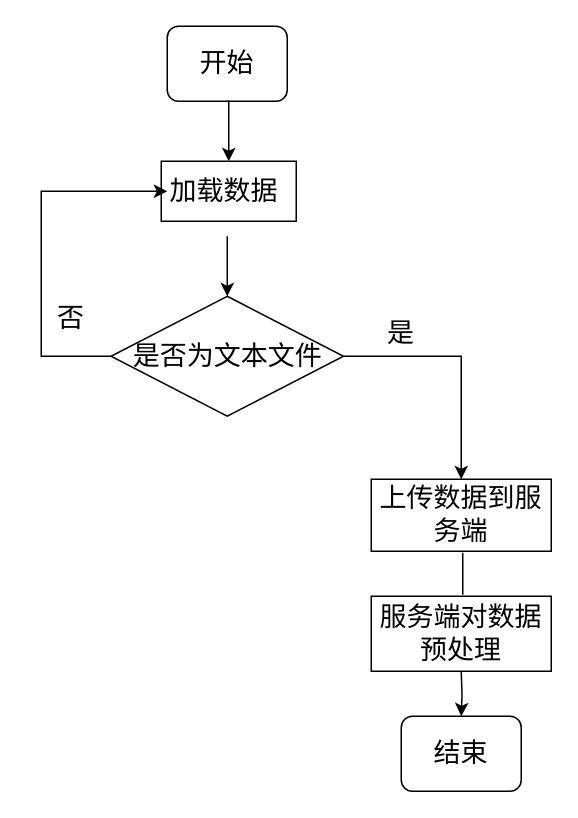
This is 数据上传与预处理模块.drawio from gitofding/first_repository, a draw.io file, before an edit. Source tidied: cells renumbered, new cells numbered last; positions are measured from the earlier drawing's top-left corner, leaving out a move shared by most shapes. Both pictures are drawn from the tidied source at 150%, with x=0, y=0 at pixel (26, 26).
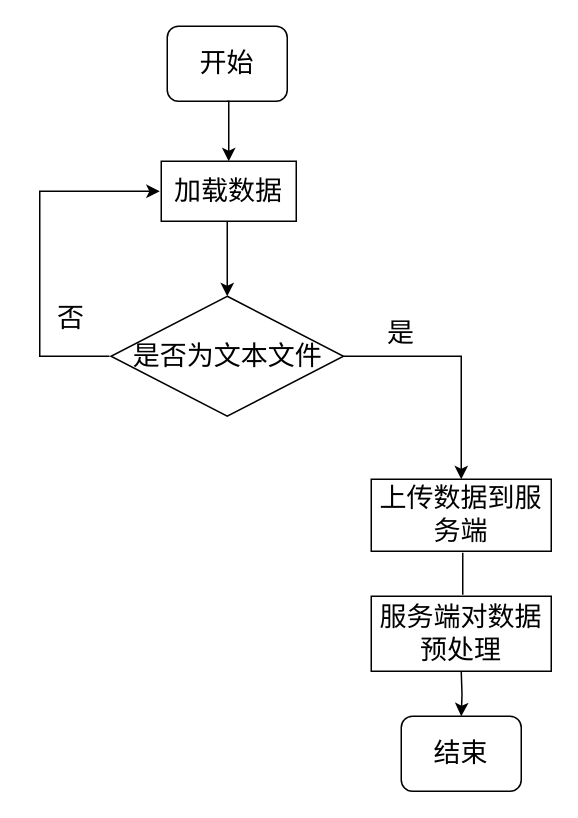
After the change.

Commit message (it also covers changes not shown here):
Update 数据上传与预处理模块.drawio

Unchanged cells that the change refers to:
```xml
<mxCell id="5" value="&lt;span&gt;是否为文本文件&lt;/span&gt;" style="rhombus;whiteSpace=wrap;html=1;fontSize=18;" parent="1" vertex="1">
  <mxGeometry x="56.5" y="180" width="155" height="80" as="geometry" />
</mxCell>
```

The edit, as a diff of the source:
```diff
@@
-    <mxCell id="4" style="rounded=0;whiteSpace=wrap;html=1;fontSize=18;" parent="1" vertex="1">
+    <mxCell id="4" value="加载数据" style="rounded=0;whiteSpace=wrap;html=1;fontSize=18;" parent="1" vertex="1">
       <mxGeometry x="90" y="90" width="90" height="40" as="geometry" />
     </mxCell>
@@
-    <mxCell id="8" style="endArrow=classic;html=1;rounded=0;fontSize=18;edgeStyle=orthogonalEdgeStyle;exitX=0;exitY=0.5;exitDx=0;exitDy=0;entryX=0;entryY=0.5;entryDx=0;entryDy=0;" parent="1" edge="1" source="5" target="14">
+    <mxCell id="8" style="endArrow=classic;html=1;rounded=0;fontSize=18;edgeStyle=orthogonalEdgeStyle;exitX=0;exitY=0.5;exitDx=0;exitDy=0;entryX=0;entryY=0.5;entryDx=0;entryDy=0;" parent="1" edge="1">
       <mxGeometry relative="1" as="geometry">
+        <mxPoint x="55.5" y="220" as="sourcePoint" />
+        <mxPoint x="89" y="110" as="targetPoint" />
         <Array as="points">
-          <mxPoint x="10" y="220" />
-          <mxPoint x="10" y="110" />
+          <mxPoint x="9" y="220" />
+          <mxPoint x="9" y="110" />
         </Array>
       </mxGeometry>
     </mxCell>
-    <mxCell id="9" style="endArrow=classic;html=1;rounded=0;fontSize=18;edgeStyle=orthogonalEdgeStyle;entryX=0.5;entryY=0;entryDx=0;entryDy=0;" parent="1" edge="1" target="5">
-      <mxGeometry relative="1" as="geometry">
-        <mxPoint x="134" y="140" as="sourcePoint" />
-        <Array as="points">
-          <mxPoint x="134" y="140" />
-        </Array>
-      </mxGeometry>
+    <mxCell id="9" style="endArrow=classic;html=1;rounded=0;fontSize=18;edgeStyle=orthogonalEdgeStyle;entryX=0.5;entryY=0;entryDx=0;entryDy=0;exitX=0.489;exitY=1;exitDx=0;exitDy=0;exitPerimeter=0;" parent="1" edge="1" source="4" target="5">
+      <mxGeometry relative="1" as="geometry" />
     </mxCell>
@@
-    <mxCell id="14" value="加载数据" style="text;html=1;strokeColor=none;fillColor=none;align=center;verticalAlign=middle;whiteSpace=wrap;rounded=0;fontSize=18;" parent="1" vertex="1">
-      <mxGeometry x="94" y="95" width="76" height="30" as="geometry" />
-    </mxCell>
```
